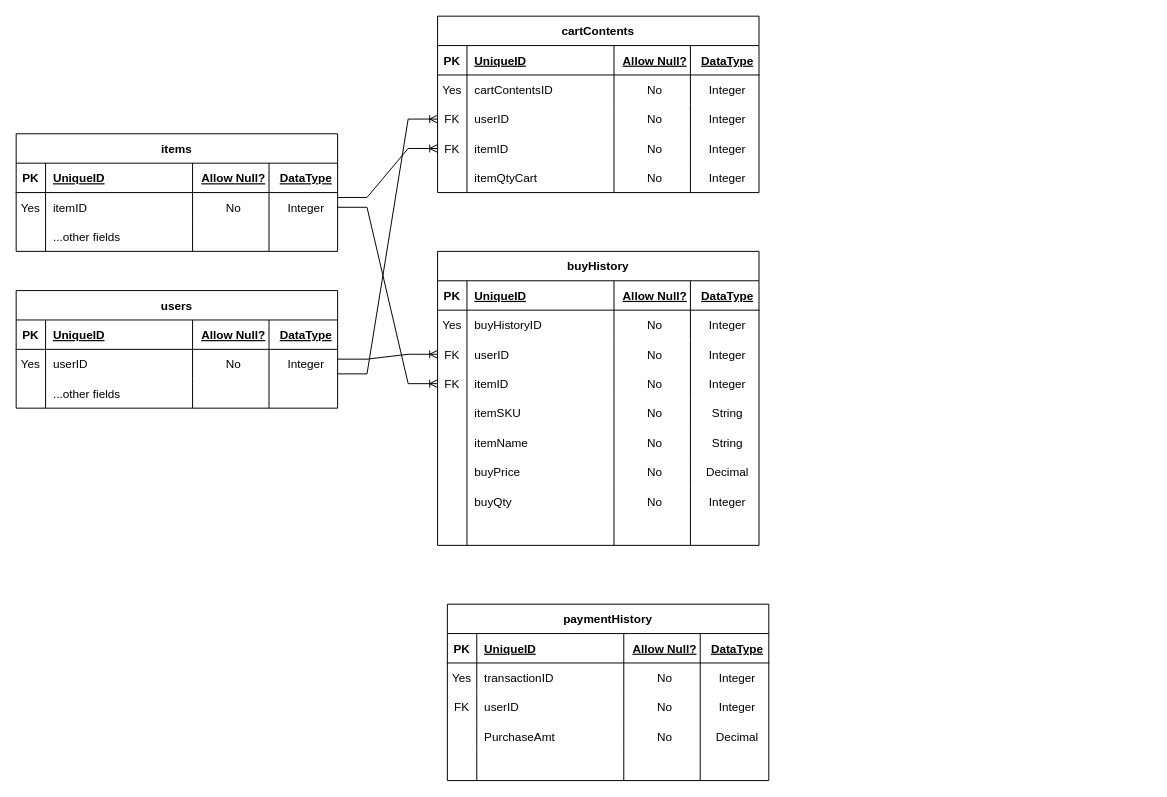
Before: page "Shopping cart ERD" (2 of 2) of reference/group project ERD.drawio in SDICohort4-Group4/G4-Project1, a draw.io diagram. Source tidied: cells renumbered, new cells numbered last; positions are measured from the earlier drawing's top-left corner, leaving out a move shared by most shapes. Both pictures are drawn from the tidied source at 98%, with x=0, y=0 at pixel (16, 16).
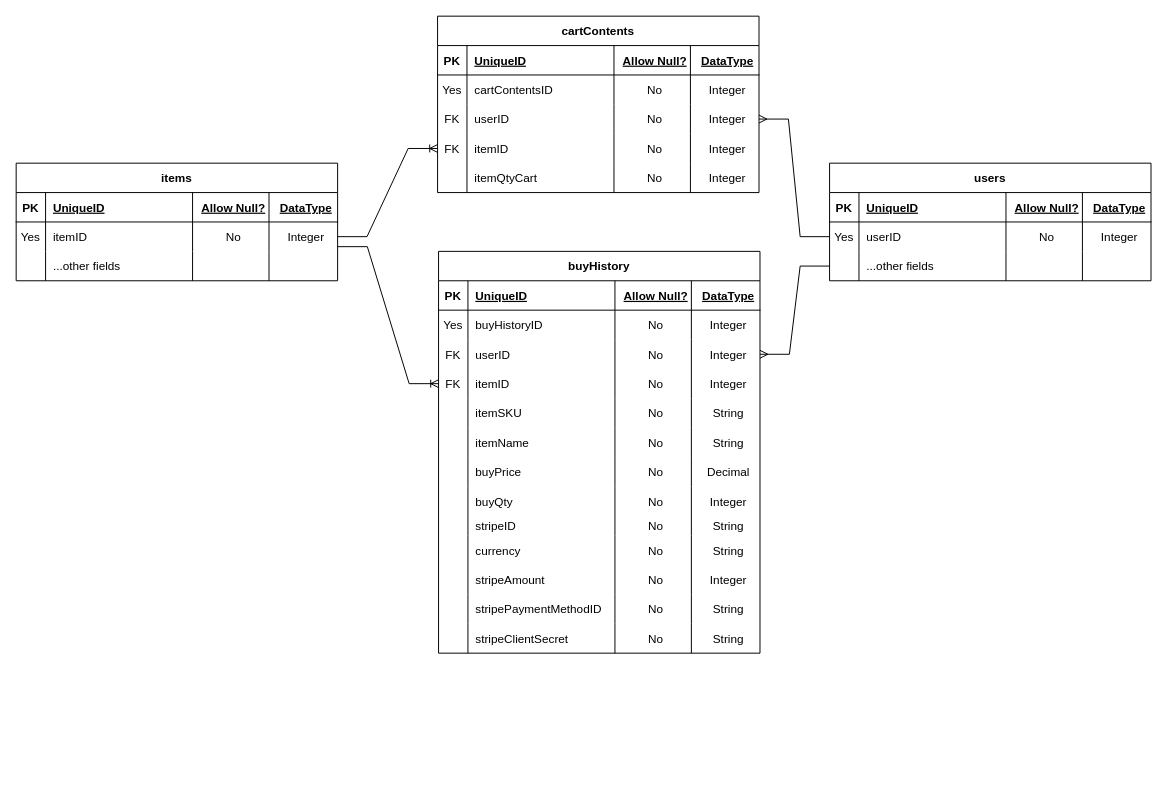
Above is the later version.

Commit message:
update erd file in reference directory

Unchanged cells that the change refers to:
```xml
<mxCell id="13" style="shape=tableRow;horizontal=0;startSize=0;swimlaneHead=0;swimlaneBody=0;fillColor=none;points=[[0,0.5],[1,0.5]];portConstraint=eastwest;top=0;left=0;right=0;bottom=0;" parent="2" vertex="1">
  <mxGeometry y="90" width="328" height="30" as="geometry" />
</mxCell>
<mxCell id="18" style="shape=tableRow;horizontal=0;startSize=0;swimlaneHead=0;swimlaneBody=0;fillColor=none;points=[[0,0.5],[1,0.5]];portConstraint=eastwest;top=0;left=0;right=0;bottom=0;" parent="2" vertex="1">
  <mxGeometry y="120" width="328" height="30" as="geometry" />
</mxCell>
<mxCell id="39" style="shape=tableRow;horizontal=0;startSize=0;swimlaneHead=0;swimlaneBody=0;fillColor=none;points=[[0,0.5],[1,0.5]];portConstraint=eastwest;top=0;left=0;right=0;bottom=0;" parent="28" vertex="1">
  <mxGeometry y="90" width="328" height="30" as="geometry" />
</mxCell>
<mxCell id="44" style="shape=tableRow;horizontal=0;startSize=0;swimlaneHead=0;swimlaneBody=0;fillColor=none;points=[[0,0.5],[1,0.5]];portConstraint=eastwest;top=0;left=0;right=0;bottom=0;" parent="28" vertex="1">
  <mxGeometry y="120" width="328" height="30" as="geometry" />
</mxCell>
<mxCell id="106" style="shape=tableRow;horizontal=0;startSize=0;swimlaneHead=0;swimlaneBody=0;fillColor=none;points=[[0,0.5],[1,0.5]];portConstraint=eastwest;top=0;left=0;right=0;bottom=0;" parent="100" vertex="1">
  <mxGeometry y="60" width="328" height="30" as="geometry" />
</mxCell>
<mxCell id="122" style="shape=tableRow;horizontal=0;startSize=0;swimlaneHead=0;swimlaneBody=0;fillColor=none;points=[[0,0.5],[1,0.5]];portConstraint=eastwest;top=0;left=0;right=0;bottom=0;" parent="116" vertex="1">
  <mxGeometry y="60" width="328" height="30" as="geometry" />
</mxCell>
<mxCell id="127" style="shape=tableRow;horizontal=0;startSize=0;swimlaneHead=0;swimlaneBody=0;fillColor=none;points=[[0,0.5],[1,0.5]];portConstraint=eastwest;top=0;left=0;right=0;bottom=0;" parent="116" vertex="1">
  <mxGeometry y="90" width="328" height="30" as="geometry" />
</mxCell>
```

Diff of the diagram source:
```diff
@@
     <mxCell id="28" value="buyHistory" style="shape=table;startSize=30;childLayout=tableLayout;rowLines=0;fontStyle=1;align=center;" parent="1" vertex="1">
-      <mxGeometry x="430" y="240" width="328" height="300" as="geometry" />
+      <mxGeometry x="431" y="240" width="328" height="410" as="geometry" />
     </mxCell>
@@
-    <mxCell id="69" style="shape=tableRow;horizontal=0;startSize=0;swimlaneHead=0;swimlaneBody=0;fillColor=none;top=0;left=0;right=0;bottom=0;" parent="28" vertex="1">
-      <mxGeometry y="270" width="328" height="30" as="geometry" />
-    </mxCell>
-    <mxCell id="70" style="shape=partialRectangle;fillColor=none;top=0;left=0;bottom=0;right=0;overflow=hidden;" parent="69" vertex="1">
-      <mxGeometry width="30" height="30" as="geometry" />
-    </mxCell>
-    <mxCell id="71" style="shape=partialRectangle;fillColor=none;top=0;left=0;bottom=0;right=0;align=left;spacingLeft=6;overflow=hidden;" parent="69" vertex="1">
-      <mxGeometry x="30" width="150" height="30" as="geometry" />
-    </mxCell>
-    <mxCell id="72" style="shape=partialRectangle;fillColor=none;top=0;left=0;bottom=0;right=0;align=center;spacingLeft=6;overflow=hidden;" parent="69" vertex="1">
-      <mxGeometry x="180" width="78" height="30" as="geometry" />
-    </mxCell>
-    <mxCell id="73" style="shape=partialRectangle;fillColor=none;top=0;left=0;bottom=0;right=0;align=center;spacingLeft=6;overflow=hidden;" parent="69" vertex="1">
-      <mxGeometry x="258" width="70" height="30" as="geometry" />
-    </mxCell>
-    <mxCell id="74" value="paymentHistory" style="shape=table;startSize=30;childLayout=tableLayout;rowLines=0;fontStyle=1;align=center;" parent="1" vertex="1">
-      <mxGeometry x="440" y="600" width="328" height="180" as="geometry" />
-    </mxCell>
-    <mxCell id="75" style="shape=tableRow;horizontal=0;startSize=0;swimlaneHead=0;swimlaneBody=0;fillColor=none;top=0;left=0;right=0;bottom=1;" parent="74" vertex="1">
-      <mxGeometry y="30" width="328" height="30" as="geometry" />
-    </mxCell>
-    <mxCell id="76" value="PK" style="shape=partialRectangle;fillColor=none;top=0;left=0;bottom=0;right=0;fontStyle=1;overflow=hidden;" parent="75" vertex="1">
-      <mxGeometry width="30" height="30" as="geometry" />
-    </mxCell>
-    <mxCell id="77" value="UniqueID" style="shape=partialRectangle;fillColor=none;top=0;left=0;bottom=0;right=0;align=left;spacingLeft=6;fontStyle=5;overflow=hidden;" parent="75" vertex="1">
-      <mxGeometry x="30" width="150" height="30" as="geometry" />
-    </mxCell>
-    <mxCell id="78" value="Allow Null?" style="shape=partialRectangle;fillColor=none;top=0;left=0;bottom=0;right=0;align=center;spacingLeft=6;fontStyle=5;overflow=hidden;" parent="75" vertex="1">
-      <mxGeometry x="180" width="78" height="30" as="geometry" />
-    </mxCell>
-    <mxCell id="79" value="DataType" style="shape=partialRectangle;fillColor=none;top=0;left=0;bottom=0;right=0;align=center;spacingLeft=6;fontStyle=5;overflow=hidden;" parent="75" vertex="1">
-      <mxGeometry x="258" width="70" height="30" as="geometry" />
-    </mxCell>
-    <mxCell id="80" style="shape=tableRow;horizontal=0;startSize=0;swimlaneHead=0;swimlaneBody=0;fillColor=none;top=0;left=0;right=0;bottom=0;" parent="74" vertex="1">
-      <mxGeometry y="60" width="328" height="30" as="geometry" />
-    </mxCell>
-    <mxCell id="81" value="Yes" style="shape=partialRectangle;fillColor=none;top=0;left=0;bottom=0;right=0;overflow=hidden;" parent="80" vertex="1">
-      <mxGeometry width="30" height="30" as="geometry" />
-    </mxCell>
-    <mxCell id="82" value="transactionID" style="shape=partialRectangle;fillColor=none;top=0;left=0;bottom=0;right=0;align=left;spacingLeft=6;overflow=hidden;" parent="80" vertex="1">
-      <mxGeometry x="30" width="150" height="30" as="geometry" />
-    </mxCell>
-    <mxCell id="83" value="No" style="shape=partialRectangle;fillColor=none;top=0;left=0;bottom=0;right=0;align=center;spacingLeft=6;overflow=hidden;" parent="80" vertex="1">
-      <mxGeometry x="180" width="78" height="30" as="geometry" />
-    </mxCell>
-    <mxCell id="84" value="Integer" style="shape=partialRectangle;fillColor=none;top=0;left=0;bottom=0;right=0;align=center;spacingLeft=6;overflow=hidden;" parent="80" vertex="1">
-      <mxGeometry x="258" width="70" height="30" as="geometry" />
-    </mxCell>
-    <mxCell id="85" style="shape=tableRow;horizontal=0;startSize=0;swimlaneHead=0;swimlaneBody=0;fillColor=none;top=0;left=0;right=0;bottom=0;" parent="74" vertex="1">
-      <mxGeometry y="90" width="328" height="30" as="geometry" />
-    </mxCell>
-    <mxCell id="86" value="FK" style="shape=partialRectangle;fillColor=none;top=0;left=0;bottom=0;right=0;overflow=hidden;" parent="85" vertex="1">
-      <mxGeometry width="30" height="30" as="geometry" />
-    </mxCell>
-    <mxCell id="87" value="userID" style="shape=partialRectangle;fillColor=none;top=0;left=0;bottom=0;right=0;align=left;spacingLeft=6;overflow=hidden;" parent="85" vertex="1">
-      <mxGeometry x="30" width="150" height="30" as="geometry" />
-    </mxCell>
-    <mxCell id="88" value="No" style="shape=partialRectangle;fillColor=none;top=0;left=0;bottom=0;right=0;align=center;spacingLeft=6;overflow=hidden;" parent="85" vertex="1">
-      <mxGeometry x="180" width="78" height="30" as="geometry" />
-    </mxCell>
-    <mxCell id="89" value="Integer" style="shape=partialRectangle;fillColor=none;top=0;left=0;bottom=0;right=0;align=center;spacingLeft=6;overflow=hidden;" parent="85" vertex="1">
-      <mxGeometry x="258" width="70" height="30" as="geometry" />
-    </mxCell>
-    <mxCell id="90" style="shape=tableRow;horizontal=0;startSize=0;swimlaneHead=0;swimlaneBody=0;fillColor=none;top=0;left=0;right=0;bottom=0;" parent="74" vertex="1">
-      <mxGeometry y="120" width="328" height="30" as="geometry" />
-    </mxCell>
-    <mxCell id="91" style="shape=partialRectangle;fillColor=none;top=0;left=0;bottom=0;right=0;overflow=hidden;" parent="90" vertex="1">
-      <mxGeometry width="30" height="30" as="geometry" />
-    </mxCell>
-    <mxCell id="92" value="PurchaseAmt" style="shape=partialRectangle;fillColor=none;top=0;left=0;bottom=0;right=0;align=left;spacingLeft=6;overflow=hidden;" parent="90" vertex="1">
-      <mxGeometry x="30" width="150" height="30" as="geometry" />
-    </mxCell>
-    <mxCell id="93" value="No" style="shape=partialRectangle;fillColor=none;top=0;left=0;bottom=0;right=0;align=center;spacingLeft=6;overflow=hidden;" parent="90" vertex="1">
-      <mxGeometry x="180" width="78" height="30" as="geometry" />
-    </mxCell>
-    <mxCell id="94" value="Decimal" style="shape=partialRectangle;fillColor=none;top=0;left=0;bottom=0;right=0;align=center;spacingLeft=6;overflow=hidden;" parent="90" vertex="1">
-      <mxGeometry x="258" width="70" height="30" as="geometry" />
-    </mxCell>
-    <mxCell id="95" style="shape=tableRow;horizontal=0;startSize=0;swimlaneHead=0;swimlaneBody=0;fillColor=none;top=0;left=0;right=0;bottom=0;" parent="74" vertex="1">
-      <mxGeometry y="150" width="328" height="30" as="geometry" />
-    </mxCell>
-    <mxCell id="96" style="shape=partialRectangle;fillColor=none;top=0;left=0;bottom=0;right=0;overflow=hidden;" parent="95" vertex="1">
-      <mxGeometry width="30" height="30" as="geometry" />
-    </mxCell>
-    <mxCell id="97" style="shape=partialRectangle;fillColor=none;top=0;left=0;bottom=0;right=0;align=left;spacingLeft=6;overflow=hidden;" parent="95" vertex="1">
-      <mxGeometry x="30" width="150" height="30" as="geometry" />
-    </mxCell>
-    <mxCell id="98" style="shape=partialRectangle;fillColor=none;top=0;left=0;bottom=0;right=0;align=center;spacingLeft=6;overflow=hidden;" parent="95" vertex="1">
-      <mxGeometry x="180" width="78" height="30" as="geometry" />
-    </mxCell>
-    <mxCell id="99" style="shape=partialRectangle;fillColor=none;top=0;left=0;bottom=0;right=0;align=center;spacingLeft=6;overflow=hidden;" parent="95" vertex="1">
-      <mxGeometry x="258" width="70" height="30" as="geometry" />
-    </mxCell>
+    <mxCell id="136" style="shape=tableRow;horizontal=0;startSize=0;swimlaneHead=0;swimlaneBody=0;fillColor=none;top=0;left=0;right=0;bottom=0;" parent="28" vertex="1">
+      <mxGeometry y="270" width="328" height="20" as="geometry" />
+    </mxCell>
+    <mxCell id="137" style="shape=partialRectangle;fillColor=none;top=0;left=0;bottom=0;right=0;overflow=hidden;" parent="136" vertex="1">
+      <mxGeometry width="30" height="20" as="geometry" />
+    </mxCell>
+    <mxCell id="138" value="stripeID" style="shape=partialRectangle;fillColor=none;top=0;left=0;bottom=0;right=0;align=left;spacingLeft=6;overflow=hidden;" parent="136" vertex="1">
+      <mxGeometry x="30" width="150" height="20" as="geometry" />
+    </mxCell>
+    <mxCell id="139" value="No" style="shape=partialRectangle;fillColor=none;top=0;left=0;bottom=0;right=0;align=center;spacingLeft=6;overflow=hidden;" parent="136" vertex="1">
+      <mxGeometry x="180" width="78" height="20" as="geometry" />
+    </mxCell>
+    <mxCell id="140" value="String" style="shape=partialRectangle;fillColor=none;top=0;left=0;bottom=0;right=0;align=center;spacingLeft=6;overflow=hidden;" parent="136" vertex="1">
+      <mxGeometry x="258" width="70" height="20" as="geometry" />
+    </mxCell>
+    <mxCell id="141" style="shape=tableRow;horizontal=0;startSize=0;swimlaneHead=0;swimlaneBody=0;fillColor=none;top=0;left=0;right=0;bottom=0;" parent="28" vertex="1">
+      <mxGeometry y="290" width="328" height="30" as="geometry" />
+    </mxCell>
+    <mxCell id="142" style="shape=partialRectangle;fillColor=none;top=0;left=0;bottom=0;right=0;overflow=hidden;" parent="141" vertex="1">
+      <mxGeometry width="30" height="30" as="geometry" />
+    </mxCell>
+    <mxCell id="143" value="currency" style="shape=partialRectangle;fillColor=none;top=0;left=0;bottom=0;right=0;align=left;spacingLeft=6;overflow=hidden;" parent="141" vertex="1">
+      <mxGeometry x="30" width="150" height="30" as="geometry" />
+    </mxCell>
+    <mxCell id="144" value="No" style="shape=partialRectangle;fillColor=none;top=0;left=0;bottom=0;right=0;align=center;spacingLeft=6;overflow=hidden;" parent="141" vertex="1">
+      <mxGeometry x="180" width="78" height="30" as="geometry" />
+    </mxCell>
+    <mxCell id="145" value="String" style="shape=partialRectangle;fillColor=none;top=0;left=0;bottom=0;right=0;align=center;spacingLeft=6;overflow=hidden;" parent="141" vertex="1">
+      <mxGeometry x="258" width="70" height="30" as="geometry" />
+    </mxCell>
+    <mxCell id="146" style="shape=tableRow;horizontal=0;startSize=0;swimlaneHead=0;swimlaneBody=0;fillColor=none;top=0;left=0;right=0;bottom=0;" parent="28" vertex="1">
+      <mxGeometry y="320" width="328" height="30" as="geometry" />
+    </mxCell>
+    <mxCell id="147" style="shape=partialRectangle;fillColor=none;top=0;left=0;bottom=0;right=0;overflow=hidden;" parent="146" vertex="1">
+      <mxGeometry width="30" height="30" as="geometry" />
+    </mxCell>
+    <mxCell id="148" value="stripeAmount" style="shape=partialRectangle;fillColor=none;top=0;left=0;bottom=0;right=0;align=left;spacingLeft=6;overflow=hidden;" parent="146" vertex="1">
+      <mxGeometry x="30" width="150" height="30" as="geometry" />
+    </mxCell>
+    <mxCell id="149" value="No" style="shape=partialRectangle;fillColor=none;top=0;left=0;bottom=0;right=0;align=center;spacingLeft=6;overflow=hidden;" parent="146" vertex="1">
+      <mxGeometry x="180" width="78" height="30" as="geometry" />
+    </mxCell>
+    <mxCell id="150" value="Integer" style="shape=partialRectangle;fillColor=none;top=0;left=0;bottom=0;right=0;align=center;spacingLeft=6;overflow=hidden;" parent="146" vertex="1">
+      <mxGeometry x="258" width="70" height="30" as="geometry" />
+    </mxCell>
+    <mxCell id="151" style="shape=tableRow;horizontal=0;startSize=0;swimlaneHead=0;swimlaneBody=0;fillColor=none;top=0;left=0;right=0;bottom=0;" parent="28" vertex="1">
+      <mxGeometry y="350" width="328" height="30" as="geometry" />
+    </mxCell>
+    <mxCell id="152" style="shape=partialRectangle;fillColor=none;top=0;left=0;bottom=0;right=0;overflow=hidden;" parent="151" vertex="1">
+      <mxGeometry width="30" height="30" as="geometry" />
+    </mxCell>
+    <mxCell id="153" value="stripePaymentMethodID" style="shape=partialRectangle;fillColor=none;top=0;left=0;bottom=0;right=0;align=left;spacingLeft=6;overflow=hidden;" parent="151" vertex="1">
+      <mxGeometry x="30" width="150" height="30" as="geometry" />
+    </mxCell>
+    <mxCell id="154" value="No" style="shape=partialRectangle;fillColor=none;top=0;left=0;bottom=0;right=0;align=center;spacingLeft=6;overflow=hidden;" parent="151" vertex="1">
+      <mxGeometry x="180" width="78" height="30" as="geometry" />
+    </mxCell>
+    <mxCell id="155" value="String" style="shape=partialRectangle;fillColor=none;top=0;left=0;bottom=0;right=0;align=center;spacingLeft=6;overflow=hidden;" parent="151" vertex="1">
+      <mxGeometry x="258" width="70" height="30" as="geometry" />
+    </mxCell>
+    <mxCell id="156" style="shape=tableRow;horizontal=0;startSize=0;swimlaneHead=0;swimlaneBody=0;fillColor=none;top=0;left=0;right=0;bottom=0;" parent="28" vertex="1">
+      <mxGeometry y="380" width="328" height="30" as="geometry" />
+    </mxCell>
+    <mxCell id="157" style="shape=partialRectangle;fillColor=none;top=0;left=0;bottom=0;right=0;overflow=hidden;" parent="156" vertex="1">
+      <mxGeometry width="30" height="30" as="geometry" />
+    </mxCell>
+    <mxCell id="158" value="stripeClientSecret" style="shape=partialRectangle;fillColor=none;top=0;left=0;bottom=0;right=0;align=left;spacingLeft=6;overflow=hidden;" parent="156" vertex="1">
+      <mxGeometry x="30" width="150" height="30" as="geometry" />
+    </mxCell>
+    <mxCell id="159" value="No" style="shape=partialRectangle;fillColor=none;top=0;left=0;bottom=0;right=0;align=center;spacingLeft=6;overflow=hidden;" parent="156" vertex="1">
+      <mxGeometry x="180" width="78" height="30" as="geometry" />
+    </mxCell>
+    <mxCell id="160" value="String" style="shape=partialRectangle;fillColor=none;top=0;left=0;bottom=0;right=0;align=center;spacingLeft=6;overflow=hidden;" parent="156" vertex="1">
+      <mxGeometry x="258" width="70" height="30" as="geometry" />
+    </mxCell>
     <mxCell id="100" value="items" style="shape=table;startSize=30;childLayout=tableLayout;rowLines=0;fontStyle=1;align=center;" parent="1" vertex="1">
-      <mxGeometry y="120" width="328" height="120" as="geometry" />
+      <mxGeometry y="150" width="328" height="120" as="geometry" />
     </mxCell>
@@
     <mxCell id="116" value="users" style="shape=table;startSize=30;childLayout=tableLayout;rowLines=0;fontStyle=1;align=center;" parent="1" vertex="1">
-      <mxGeometry y="280" width="328" height="120" as="geometry" />
+      <mxGeometry x="830" y="150" width="328" height="120" as="geometry" />
     </mxCell>
@@
-    <mxCell id="132" style="edgeStyle=entityRelationEdgeStyle;fontSize=12;html=1;endArrow=ERoneToMany;rounded=0;entryX=0;entryY=0.5;entryDx=0;entryDy=0;" parent="1" edge="1" target="39">
-      <mxGeometry relative="1" as="geometry">
-        <mxPoint x="328" y="350" as="sourcePoint" />
-      </mxGeometry>
-    </mxCell>
-    <mxCell id="133" style="edgeStyle=entityRelationEdgeStyle;fontSize=12;html=1;endArrow=ERoneToMany;rounded=0;entryX=0;entryY=0.5;entryDx=0;entryDy=0;" parent="1" edge="1" target="13">
-      <mxGeometry relative="1" as="geometry">
-        <mxPoint x="328" y="365" as="sourcePoint" />
-      </mxGeometry>
-    </mxCell>
-    <mxCell id="134" style="edgeStyle=entityRelationEdgeStyle;fontSize=12;html=1;endArrow=ERoneToMany;rounded=0;entryX=0;entryY=0.5;entryDx=0;entryDy=0;" parent="1" edge="1" target="44">
-      <mxGeometry relative="1" as="geometry">
-        <mxPoint x="328" y="195" as="sourcePoint" />
-      </mxGeometry>
+    <mxCell id="134" style="edgeStyle=entityRelationEdgeStyle;fontSize=12;html=1;endArrow=ERoneToMany;rounded=0;entryX=0;entryY=0.5;entryDx=0;entryDy=0;exitX=1.001;exitY=0.84;exitDx=0;exitDy=0;exitPerimeter=0;" parent="1" edge="1" source="106" target="44">
+      <mxGeometry relative="1" as="geometry" />
     </mxCell>
-    <mxCell id="135" style="edgeStyle=entityRelationEdgeStyle;fontSize=12;html=1;endArrow=ERoneToMany;rounded=0;entryX=0;entryY=0.5;entryDx=0;entryDy=0;" parent="1" edge="1" target="18">
-      <mxGeometry relative="1" as="geometry">
-        <mxPoint x="328" y="185" as="sourcePoint" />
-      </mxGeometry>
+    <mxCell id="135" style="edgeStyle=entityRelationEdgeStyle;fontSize=12;html=1;endArrow=ERoneToMany;rounded=0;entryX=0;entryY=0.5;entryDx=0;entryDy=0;exitX=1;exitY=0.5;exitDx=0;exitDy=0;" parent="1" edge="1" source="106" target="18">
+      <mxGeometry relative="1" as="geometry" />
     </mxCell>
+    <mxCell id="161" style="edgeStyle=entityRelationEdgeStyle;fontSize=12;html=1;endArrow=ERmany;rounded=0;entryX=1;entryY=0.5;entryDx=0;entryDy=0;exitX=0;exitY=0.5;exitDx=0;exitDy=0;" parent="1" edge="1" source="122" target="13">
+      <mxGeometry relative="1" as="geometry" />
+    </mxCell>
+    <mxCell id="162" style="edgeStyle=entityRelationEdgeStyle;fontSize=12;html=1;endArrow=ERmany;rounded=0;exitX=0;exitY=0.5;exitDx=0;exitDy=0;entryX=1;entryY=0.5;entryDx=0;entryDy=0;" parent="1" edge="1" source="127" target="39">
+      <mxGeometry relative="1" as="geometry" />
+    </mxCell>
```
